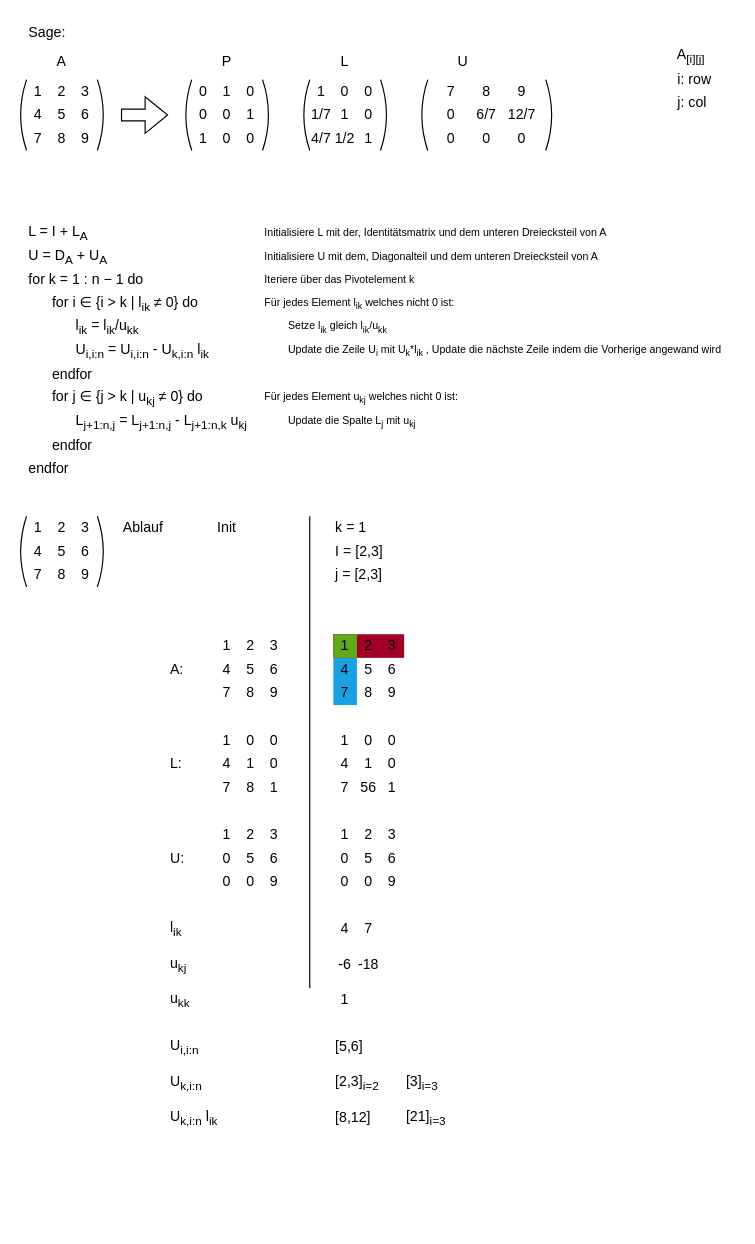
This is doc/matrix_decompose.drawio from Voidheart88/smat, a draw.io file, before an edit. Source tidied: cells renumbered, new cells numbered last; positions are measured from the earlier drawing's top-left corner, leaving out a move shared by most shapes. Both pictures are drawn from the tidied source at 118%, with x=0, y=0 at pixel (14, 20).
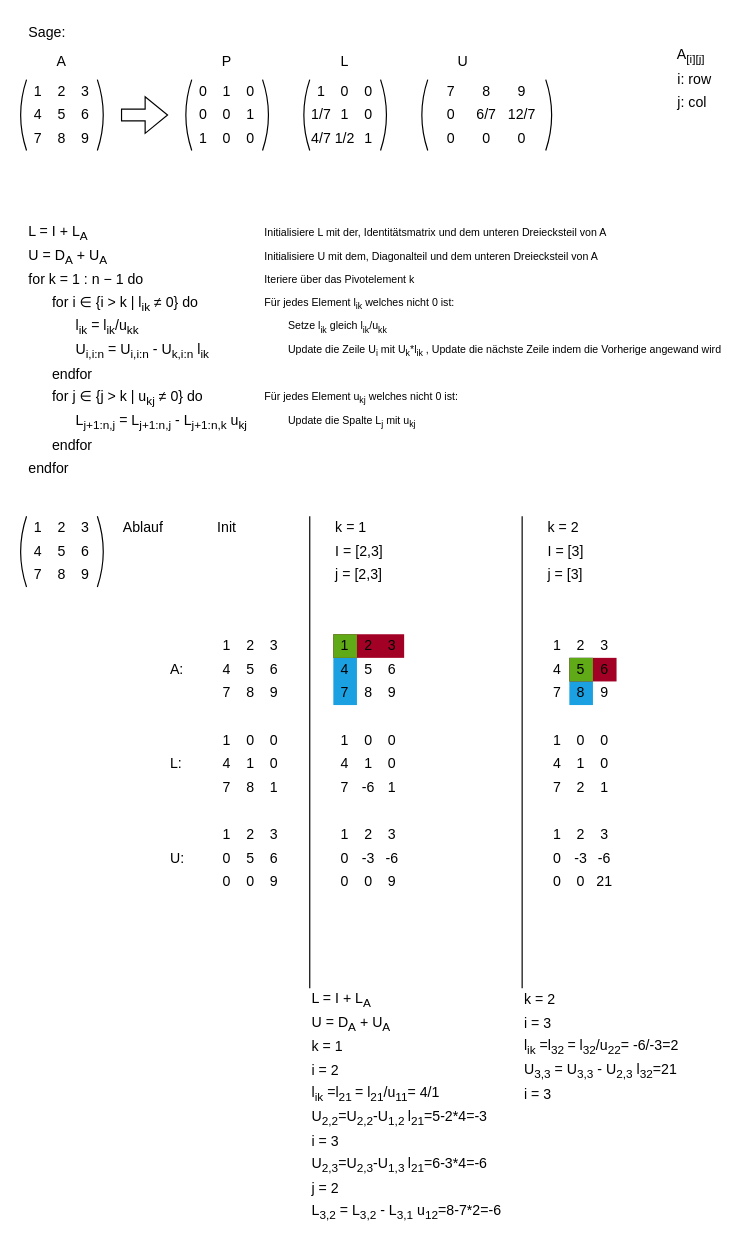
The same page after the edit.

Change to the diagram source:
```diff
@@
     <mxCell id="58" value="L&lt;sub&gt;j+1:n,j&lt;/sub&gt; = L&lt;sub&gt;j+1:n,j&lt;/sub&gt;&amp;nbsp;- L&lt;sub&gt;j+1:n,k&lt;/sub&gt;&amp;nbsp;u&lt;sub&gt;kj&lt;/sub&gt;" style="text;html=1;align=left;verticalAlign=middle;whiteSpace=wrap;rounded=0;" parent="1" vertex="1">
-      <mxGeometry x="50" y="330" width="200" height="20" as="geometry" />
+      <mxGeometry x="50" y="330" width="160" height="20" as="geometry" />
     </mxCell>
@@
-    <mxCell id="103" value="l&lt;sub&gt;ik&lt;/sub&gt;" style="text;html=1;align=left;verticalAlign=middle;whiteSpace=wrap;rounded=0;" parent="1" vertex="1">
-      <mxGeometry x="130" y="760" width="20" height="20" as="geometry" />
-    </mxCell>
-    <mxCell id="104" value="u&lt;sub&gt;kk&lt;/sub&gt;" style="text;html=1;align=left;verticalAlign=middle;whiteSpace=wrap;rounded=0;" parent="1" vertex="1">
-      <mxGeometry x="130" y="820" width="20" height="20" as="geometry" />
-    </mxCell>
@@
-    <mxCell id="127" value="56" style="text;html=1;align=center;verticalAlign=middle;whiteSpace=wrap;rounded=0;" parent="1" vertex="1">
+    <mxCell id="127" value="-6" style="text;html=1;align=center;verticalAlign=middle;whiteSpace=wrap;rounded=0;" parent="1" vertex="1">
       <mxGeometry x="290" y="640" width="20" height="20" as="geometry" />
     </mxCell>
@@
-    <mxCell id="133" value="5" style="text;html=1;align=center;verticalAlign=middle;whiteSpace=wrap;rounded=0;" parent="1" vertex="1">
+    <mxCell id="133" value="-3" style="text;html=1;align=center;verticalAlign=middle;whiteSpace=wrap;rounded=0;" parent="1" vertex="1">
       <mxGeometry x="290" y="700" width="20" height="20" as="geometry" />
     </mxCell>
-    <mxCell id="134" value="6" style="text;html=1;align=center;verticalAlign=middle;whiteSpace=wrap;rounded=0;" parent="1" vertex="1">
+    <mxCell id="134" value="-6" style="text;html=1;align=center;verticalAlign=middle;whiteSpace=wrap;rounded=0;" parent="1" vertex="1">
       <mxGeometry x="310" y="700" width="20" height="20" as="geometry" />
     </mxCell>
@@
-    <mxCell id="138" value="1" style="text;html=1;align=center;verticalAlign=middle;whiteSpace=wrap;rounded=0;" parent="1" vertex="1">
-      <mxGeometry x="270" y="820" width="20" height="20" as="geometry" />
-    </mxCell>
-    <mxCell id="139" value="4" style="text;html=1;align=center;verticalAlign=middle;whiteSpace=wrap;rounded=0;" parent="1" vertex="1">
-      <mxGeometry x="270" y="760" width="20" height="20" as="geometry" />
-    </mxCell>
@@
-    <mxCell id="155" value="7" style="text;html=1;align=center;verticalAlign=middle;whiteSpace=wrap;rounded=0;" parent="1" vertex="1">
-      <mxGeometry x="290" y="760" width="20" height="20" as="geometry" />
-    </mxCell>
-    <mxCell id="156" value="u&lt;sub&gt;kj&lt;/sub&gt;" style="text;html=1;align=left;verticalAlign=middle;whiteSpace=wrap;rounded=0;" parent="1" vertex="1">
-      <mxGeometry x="130" y="790" width="20" height="20" as="geometry" />
-    </mxCell>
+    <mxCell id="167" style="rounded=0;whiteSpace=wrap;html=1;fillColor=#1ba1e2;fontColor=#ffffff;strokeColor=none;" parent="1" vertex="1">
+      <mxGeometry x="470" y="540" width="20" height="40" as="geometry" />
+    </mxCell>
+    <mxCell id="168" style="rounded=0;whiteSpace=wrap;html=1;fillColor=#a20025;fontColor=#ffffff;strokeColor=none;" parent="1" vertex="1">
+      <mxGeometry x="470" y="540" width="40" height="20" as="geometry" />
+    </mxCell>
+    <mxCell id="169" style="rounded=0;whiteSpace=wrap;html=1;fillColor=#60a917;fontColor=#ffffff;strokeColor=none;" parent="1" vertex="1">
+      <mxGeometry x="470" y="540" width="20" height="20" as="geometry" />
+    </mxCell>
+    <mxCell id="170" value="k = 2" style="text;html=1;align=left;verticalAlign=middle;whiteSpace=wrap;rounded=0;" parent="1" vertex="1">
+      <mxGeometry x="450" y="420" width="40" height="20" as="geometry" />
+    </mxCell>
+    <mxCell id="171" value="I = [3]" style="text;html=1;align=left;verticalAlign=middle;whiteSpace=wrap;rounded=0;" parent="1" vertex="1">
+      <mxGeometry x="450" y="440" width="60" height="20" as="geometry" />
+    </mxCell>
+    <mxCell id="172" value="j = [3]" style="text;html=1;align=left;verticalAlign=middle;whiteSpace=wrap;rounded=0;" parent="1" vertex="1">
+      <mxGeometry x="450" y="460" width="60" height="20" as="geometry" />
+    </mxCell>
+    <mxCell id="173" value="1" style="text;html=1;align=center;verticalAlign=middle;whiteSpace=wrap;rounded=0;" parent="1" vertex="1">
+      <mxGeometry x="450" y="520" width="20" height="20" as="geometry" />
+    </mxCell>
+    <mxCell id="174" value="2" style="text;html=1;align=center;verticalAlign=middle;whiteSpace=wrap;rounded=0;" parent="1" vertex="1">
+      <mxGeometry x="470" y="520" width="20" height="20" as="geometry" />
+    </mxCell>
+    <mxCell id="175" value="3" style="text;html=1;align=center;verticalAlign=middle;whiteSpace=wrap;rounded=0;" parent="1" vertex="1">
+      <mxGeometry x="490" y="520" width="20" height="20" as="geometry" />
+    </mxCell>
+    <mxCell id="176" value="4" style="text;html=1;align=center;verticalAlign=middle;whiteSpace=wrap;rounded=0;" parent="1" vertex="1">
+      <mxGeometry x="450" y="540" width="20" height="20" as="geometry" />
+    </mxCell>
+    <mxCell id="177" value="5" style="text;html=1;align=center;verticalAlign=middle;whiteSpace=wrap;rounded=0;" parent="1" vertex="1">
+      <mxGeometry x="470" y="540" width="20" height="20" as="geometry" />
+    </mxCell>
+    <mxCell id="178" value="6" style="text;html=1;align=center;verticalAlign=middle;whiteSpace=wrap;rounded=0;" parent="1" vertex="1">
+      <mxGeometry x="490" y="540" width="20" height="20" as="geometry" />
+    </mxCell>
+    <mxCell id="179" value="7" style="text;html=1;align=center;verticalAlign=middle;whiteSpace=wrap;rounded=0;" parent="1" vertex="1">
+      <mxGeometry x="450" y="560" width="20" height="20" as="geometry" />
+    </mxCell>
+    <mxCell id="180" value="8" style="text;html=1;align=center;verticalAlign=middle;whiteSpace=wrap;rounded=0;" parent="1" vertex="1">
+      <mxGeometry x="470" y="560" width="20" height="20" as="geometry" />
+    </mxCell>
+    <mxCell id="181" value="9" style="text;html=1;align=center;verticalAlign=middle;whiteSpace=wrap;rounded=0;" parent="1" vertex="1">
+      <mxGeometry x="490" y="560" width="20" height="20" as="geometry" />
+    </mxCell>
+    <mxCell id="182" style="endArrow=none;html=1;rounded=0;" parent="1" edge="1">
+      <mxGeometry relative="1" as="geometry">
+        <mxPoint x="430" y="820" as="sourcePoint" />
+        <mxPoint x="430" y="420" as="targetPoint" />
+      </mxGeometry>
+    </mxCell>
+    <mxCell id="183" value="L = I + L&lt;sub&gt;A&lt;/sub&gt;" style="text;html=1;align=left;verticalAlign=middle;whiteSpace=wrap;rounded=0;" parent="1" vertex="1">
+      <mxGeometry x="250" y="820" width="60" height="20" as="geometry" />
+    </mxCell>
+    <mxCell id="184" value="U = D&lt;sub&gt;A&lt;/sub&gt;&amp;nbsp;+ U&lt;sub&gt;A&lt;/sub&gt;" style="text;html=1;align=left;verticalAlign=middle;whiteSpace=wrap;rounded=0;" parent="1" vertex="1">
+      <mxGeometry x="250" y="840" width="80" height="20" as="geometry" />
+    </mxCell>
+    <mxCell id="185" value="k = 1" style="text;html=1;align=left;verticalAlign=middle;whiteSpace=wrap;rounded=0;" parent="1" vertex="1">
+      <mxGeometry x="250" y="860" width="30" height="20" as="geometry" />
+    </mxCell>
+    <mxCell id="186" value="i = 2" style="text;html=1;align=left;verticalAlign=middle;whiteSpace=wrap;rounded=0;" parent="1" vertex="1">
+      <mxGeometry x="250" y="880" width="30" height="20" as="geometry" />
+    </mxCell>
+    <mxCell id="187" value="l&lt;sub&gt;ik&lt;/sub&gt; =l&lt;sub&gt;21 &lt;/sub&gt;=&amp;nbsp;l&lt;sub&gt;21&lt;/sub&gt;/u&lt;sub&gt;11&lt;/sub&gt;= 4/1" style="text;html=1;align=left;verticalAlign=middle;whiteSpace=wrap;rounded=0;" parent="1" vertex="1">
+      <mxGeometry x="250" y="900" width="160" height="20" as="geometry" />
+    </mxCell>
+    <mxCell id="188" value="U&lt;sub&gt;2,2&lt;/sub&gt;=U&lt;sub&gt;2,2&lt;/sub&gt;-U&lt;sub&gt;1,2 &lt;/sub&gt;l&lt;sub&gt;21&lt;/sub&gt;=5-2*4=-3" style="text;html=1;align=left;verticalAlign=middle;whiteSpace=wrap;rounded=0;" parent="1" vertex="1">
+      <mxGeometry x="250" y="920" width="200" height="20" as="geometry" />
+    </mxCell>
+    <mxCell id="189" value="U&lt;sub&gt;2,3&lt;/sub&gt;=U&lt;sub&gt;2,3&lt;/sub&gt;-U&lt;sub&gt;1,3 &lt;/sub&gt;l&lt;sub&gt;21&lt;/sub&gt;=6-3*4=-6" style="text;html=1;align=left;verticalAlign=middle;whiteSpace=wrap;rounded=0;" parent="1" vertex="1">
+      <mxGeometry x="250" y="960" width="200" height="20" as="geometry" />
+    </mxCell>
+    <mxCell id="190" value="j = 2" style="text;html=1;align=left;verticalAlign=middle;whiteSpace=wrap;rounded=0;" parent="1" vertex="1">
+      <mxGeometry x="250" y="980" width="200" height="20" as="geometry" />
+    </mxCell>
+    <mxCell id="191" value="i = 3" style="text;html=1;align=left;verticalAlign=middle;whiteSpace=wrap;rounded=0;" parent="1" vertex="1">
+      <mxGeometry x="250" y="940" width="200" height="20" as="geometry" />
+    </mxCell>
+    <mxCell id="192" value="L&lt;sub&gt;3,2&lt;/sub&gt; = L&lt;sub&gt;3,2&lt;/sub&gt;&amp;nbsp;- L&lt;sub&gt;3,1&lt;/sub&gt;&amp;nbsp;u&lt;sub&gt;12&lt;/sub&gt;=8-7*2=-6" style="text;html=1;align=left;verticalAlign=middle;whiteSpace=wrap;rounded=0;" parent="1" vertex="1">
+      <mxGeometry x="250" y="1000" width="200" height="20" as="geometry" />
+    </mxCell>
+    <mxCell id="193" value="k = 2" style="text;html=1;align=left;verticalAlign=middle;whiteSpace=wrap;rounded=0;" parent="1" vertex="1">
+      <mxGeometry x="430" y="820" width="30" height="20" as="geometry" />
+    </mxCell>
+    <mxCell id="194" value="i = 3" style="text;html=1;align=left;verticalAlign=middle;whiteSpace=wrap;rounded=0;" parent="1" vertex="1">
+      <mxGeometry x="430" y="840" width="30" height="20" as="geometry" />
+    </mxCell>
+    <mxCell id="195" value="l&lt;sub&gt;ik&lt;/sub&gt; =l&lt;sub&gt;32 &lt;/sub&gt;=&amp;nbsp;l&lt;sub&gt;32&lt;/sub&gt;/u&lt;sub&gt;22&lt;/sub&gt;= -6/-3=2" style="text;html=1;align=left;verticalAlign=middle;whiteSpace=wrap;rounded=0;" parent="1" vertex="1">
+      <mxGeometry x="430" y="860" width="160" height="20" as="geometry" />
+    </mxCell>
+    <mxCell id="196" value="1" style="text;html=1;align=center;verticalAlign=middle;whiteSpace=wrap;rounded=0;" parent="1" vertex="1">
+      <mxGeometry x="450" y="600" width="20" height="20" as="geometry" />
+    </mxCell>
+    <mxCell id="197" value="0" style="text;html=1;align=center;verticalAlign=middle;whiteSpace=wrap;rounded=0;" parent="1" vertex="1">
+      <mxGeometry x="470" y="600" width="20" height="20" as="geometry" />
+    </mxCell>
+    <mxCell id="198" value="0" style="text;html=1;align=center;verticalAlign=middle;whiteSpace=wrap;rounded=0;" parent="1" vertex="1">
+      <mxGeometry x="490" y="600" width="20" height="20" as="geometry" />
+    </mxCell>
+    <mxCell id="199" value="4" style="text;html=1;align=center;verticalAlign=middle;whiteSpace=wrap;rounded=0;" parent="1" vertex="1">
+      <mxGeometry x="450" y="620" width="20" height="20" as="geometry" />
+    </mxCell>
+    <mxCell id="200" value="1" style="text;html=1;align=center;verticalAlign=middle;whiteSpace=wrap;rounded=0;" parent="1" vertex="1">
+      <mxGeometry x="470" y="620" width="20" height="20" as="geometry" />
+    </mxCell>
+    <mxCell id="201" value="0" style="text;html=1;align=center;verticalAlign=middle;whiteSpace=wrap;rounded=0;" parent="1" vertex="1">
+      <mxGeometry x="490" y="620" width="20" height="20" as="geometry" />
+    </mxCell>
+    <mxCell id="202" value="7" style="text;html=1;align=center;verticalAlign=middle;whiteSpace=wrap;rounded=0;" parent="1" vertex="1">
+      <mxGeometry x="450" y="640" width="20" height="20" as="geometry" />
+    </mxCell>
+    <mxCell id="203" value="2" style="text;html=1;align=center;verticalAlign=middle;whiteSpace=wrap;rounded=0;" parent="1" vertex="1">
+      <mxGeometry x="470" y="640" width="20" height="20" as="geometry" />
+    </mxCell>
+    <mxCell id="204" value="1" style="text;html=1;align=center;verticalAlign=middle;whiteSpace=wrap;rounded=0;" parent="1" vertex="1">
+      <mxGeometry x="490" y="640" width="20" height="20" as="geometry" />
+    </mxCell>
+    <mxCell id="205" value="1" style="text;html=1;align=center;verticalAlign=middle;whiteSpace=wrap;rounded=0;" parent="1" vertex="1">
+      <mxGeometry x="450" y="680" width="20" height="20" as="geometry" />
+    </mxCell>
+    <mxCell id="206" value="2" style="text;html=1;align=center;verticalAlign=middle;whiteSpace=wrap;rounded=0;" parent="1" vertex="1">
+      <mxGeometry x="470" y="680" width="20" height="20" as="geometry" />
+    </mxCell>
+    <mxCell id="207" value="3" style="text;html=1;align=center;verticalAlign=middle;whiteSpace=wrap;rounded=0;" parent="1" vertex="1">
+      <mxGeometry x="490" y="680" width="20" height="20" as="geometry" />
+    </mxCell>
+    <mxCell id="208" value="0" style="text;html=1;align=center;verticalAlign=middle;whiteSpace=wrap;rounded=0;" parent="1" vertex="1">
+      <mxGeometry x="450" y="700" width="20" height="20" as="geometry" />
+    </mxCell>
+    <mxCell id="209" value="-3" style="text;html=1;align=center;verticalAlign=middle;whiteSpace=wrap;rounded=0;" parent="1" vertex="1">
+      <mxGeometry x="470" y="700" width="20" height="20" as="geometry" />
+    </mxCell>
     <mxCell id="157" value="-6" style="text;html=1;align=center;verticalAlign=middle;whiteSpace=wrap;rounded=0;" parent="1" vertex="1">
-      <mxGeometry x="270" y="790" width="20" height="20" as="geometry" />
+      <mxGeometry x="490" y="700" width="20" height="20" as="geometry" />
     </mxCell>
-    <mxCell id="158" value="-18" style="text;html=1;align=center;verticalAlign=middle;whiteSpace=wrap;rounded=0;" parent="1" vertex="1">
-      <mxGeometry x="290" y="790" width="20" height="20" as="geometry" />
-    </mxCell>
-    <mxCell id="159" value="U&lt;sub&gt;i,i:n&lt;/sub&gt;" style="text;html=1;align=left;verticalAlign=middle;whiteSpace=wrap;rounded=0;" parent="1" vertex="1">
-      <mxGeometry x="130" y="860" width="40" height="20" as="geometry" />
-    </mxCell>
-    <mxCell id="160" value="[5,6]" style="text;html=1;align=left;verticalAlign=middle;whiteSpace=wrap;rounded=0;" parent="1" vertex="1">
-      <mxGeometry x="270" y="860" width="30" height="20" as="geometry" />
-    </mxCell>
-    <mxCell id="161" value="U&lt;sub&gt;k,i:n&lt;/sub&gt;" style="text;html=1;align=left;verticalAlign=middle;whiteSpace=wrap;rounded=0;" parent="1" vertex="1">
-      <mxGeometry x="130" y="890" width="40" height="20" as="geometry" />
-    </mxCell>
-    <mxCell id="162" value="[2,3]&lt;sub&gt;i=2&lt;/sub&gt;" style="text;html=1;align=left;verticalAlign=middle;whiteSpace=wrap;rounded=0;" parent="1" vertex="1">
-      <mxGeometry x="270" y="890" width="50" height="20" as="geometry" />
-    </mxCell>
-    <mxCell id="163" value="U&lt;sub&gt;k,i:n&lt;/sub&gt;&amp;nbsp;l&lt;sub&gt;ik&lt;/sub&gt;" style="text;html=1;align=left;verticalAlign=middle;whiteSpace=wrap;rounded=0;" parent="1" vertex="1">
-      <mxGeometry x="130" y="920" width="50" height="20" as="geometry" />
-    </mxCell>
-    <mxCell id="164" value="[8,12]" style="text;html=1;align=left;verticalAlign=middle;whiteSpace=wrap;rounded=0;" parent="1" vertex="1">
-      <mxGeometry x="270" y="920" width="30" height="20" as="geometry" />
-    </mxCell>
-    <mxCell id="165" value="[3]&lt;sub&gt;i=3&lt;/sub&gt;" style="text;html=1;align=left;verticalAlign=middle;whiteSpace=wrap;rounded=0;" parent="1" vertex="1">
-      <mxGeometry x="330" y="890" width="50" height="20" as="geometry" />
-    </mxCell>
-    <mxCell id="166" value="[21]&lt;sub&gt;i=3&lt;/sub&gt;" style="text;html=1;align=left;verticalAlign=middle;whiteSpace=wrap;rounded=0;" parent="1" vertex="1">
-      <mxGeometry x="330" y="920" width="50" height="20" as="geometry" />
-    </mxCell>
+    <mxCell id="210" value="0" style="text;html=1;align=center;verticalAlign=middle;whiteSpace=wrap;rounded=0;" parent="1" vertex="1">
+      <mxGeometry x="450" y="720" width="20" height="20" as="geometry" />
+    </mxCell>
+    <mxCell id="211" value="0" style="text;html=1;align=center;verticalAlign=middle;whiteSpace=wrap;rounded=0;" parent="1" vertex="1">
+      <mxGeometry x="470" y="720" width="20" height="20" as="geometry" />
+    </mxCell>
+    <mxCell id="212" value="21" style="text;html=1;align=center;verticalAlign=middle;whiteSpace=wrap;rounded=0;" parent="1" vertex="1">
+      <mxGeometry x="490" y="720" width="20" height="20" as="geometry" />
+    </mxCell>
+    <mxCell id="213" value="U&lt;sub&gt;3,3&lt;/sub&gt; = U&lt;sub&gt;3,3&lt;/sub&gt; - U&lt;sub&gt;2,3&lt;/sub&gt; l&lt;sub&gt;32&lt;/sub&gt;=21" style="text;html=1;align=left;verticalAlign=middle;whiteSpace=wrap;rounded=0;" parent="1" vertex="1">
+      <mxGeometry x="430" y="880" width="140" height="20" as="geometry" />
+    </mxCell>
+    <mxCell id="214" value="i = 3" style="text;html=1;align=left;verticalAlign=middle;whiteSpace=wrap;rounded=0;" parent="1" vertex="1">
+      <mxGeometry x="430" y="900" width="140" height="20" as="geometry" />
+    </mxCell>
```
